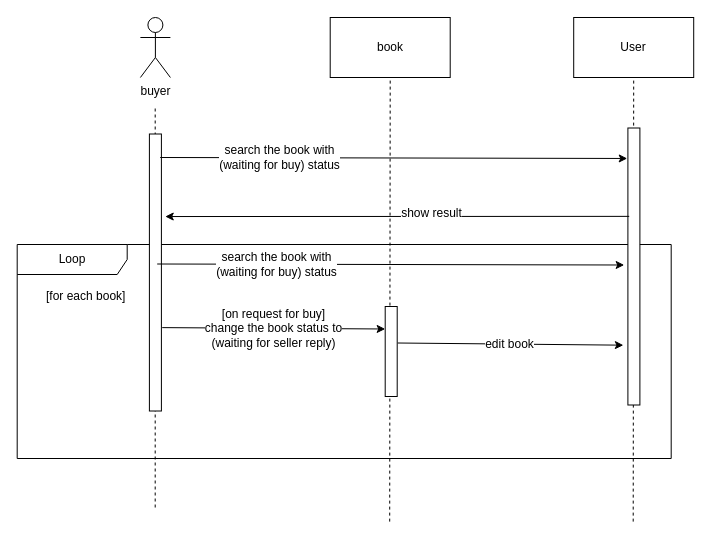
Before: Sequence Diagram/sequence-diagram-cancel-request-for-buy.drawio in m-bassiri/HamyarApp, a draw.io diagram. Source tidied: cells renumbered, new cells numbered last; positions are measured from the earlier drawing's top-left corner, leaving out a move shared by most shapes. Both pictures are drawn from the tidied source at 100%, with x=0, y=0 at pixel (16, 17).
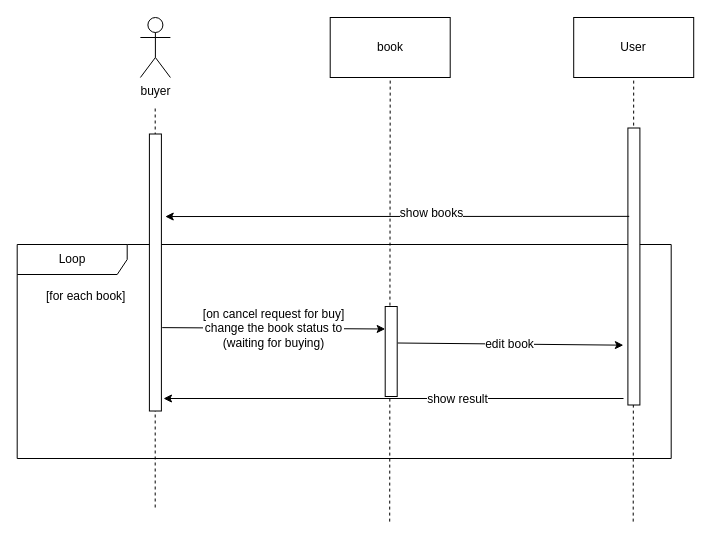
The same diagram, later.

Unchanged cells that the change refers to:
```xml
<mxCell id="11" style="rounded=0;whiteSpace=wrap;html=1;rotation=-90;" parent="1" vertex="1">
  <mxGeometry x="478.9" y="243" width="277" height="12" as="geometry" />
</mxCell>
<mxCell id="14" style="endArrow=classic;html=1;entryX=0.702;entryY=1.319;entryDx=0;entryDy=0;entryPerimeter=0;exitX=0.681;exitY=0.111;exitDx=0;exitDy=0;exitPerimeter=0;" parent="1" edge="1" source="11" target="7">
  <mxGeometry relative="1" as="geometry" />
</mxCell>
<mxCell id="19" style="endArrow=classic;html=1;entryX=0.75;entryY=0;entryDx=0;entryDy=0;exitX=0.301;exitY=1.069;exitDx=0;exitDy=0;exitPerimeter=0;" parent="1" edge="1" source="7" target="8">
  <mxGeometry relative="1" as="geometry" />
</mxCell>
```

The edit, as a diff of the source:
```diff
@@
-    <mxCell id="12" style="endArrow=classic;html=1;exitX=0.909;exitY=1.081;exitDx=0;exitDy=0;exitPerimeter=0;entryX=0.89;entryY=-0.056;entryDx=0;entryDy=0;entryPerimeter=0;" parent="1" edge="1" target="11">
-      <mxGeometry relative="1" as="geometry">
-        <mxPoint x="143.7" y="140" as="sourcePoint" />
-      </mxGeometry>
-    </mxCell>
-    <mxCell id="13" value="search the book with &lt;br&gt;(waiting for buy)&amp;nbsp;status" style="text;html=1;align=center;verticalAlign=middle;labelBackgroundColor=#ffffff;" parent="12" vertex="1">
-      <mxGeometry x="-0.12" y="5" relative="1" as="geometry">
-        <mxPoint x="-86" y="4.5" as="offset" />
-      </mxGeometry>
-    </mxCell>
@@
-    <mxCell id="15" value="show result" style="text;html=1;align=center;verticalAlign=middle;labelBackgroundColor=#ffffff;" parent="14" vertex="1">
+    <mxCell id="15" value="show books" style="text;html=1;align=center;verticalAlign=middle;labelBackgroundColor=#ffffff;" parent="14" vertex="1">
       <mxGeometry x="-0.12" y="5" relative="1" as="geometry">
         <mxPoint x="6" y="-8" as="offset" />
       </mxGeometry>
     </mxCell>
-    <mxCell id="16" style="endArrow=classic;html=1;exitX=0.909;exitY=1.081;exitDx=0;exitDy=0;exitPerimeter=0;entryX=0.89;entryY=-0.056;entryDx=0;entryDy=0;entryPerimeter=0;" parent="1" edge="1">
-      <mxGeometry relative="1" as="geometry">
-        <mxPoint x="140.7" y="246.5" as="sourcePoint" />
-        <mxPoint x="607.7" y="247.5" as="targetPoint" />
-      </mxGeometry>
-    </mxCell>
-    <mxCell id="17" value="search the book with &lt;br&gt;(waiting for buy)&amp;nbsp;status" style="text;html=1;align=center;verticalAlign=middle;labelBackgroundColor=#ffffff;" parent="16" vertex="1">
-      <mxGeometry x="-0.12" y="5" relative="1" as="geometry">
-        <mxPoint x="-86" y="4.5" as="offset" />
-      </mxGeometry>
-    </mxCell>
@@
-    <mxCell id="20" value="[on request for buy]&lt;br&gt;change the book status to&lt;br&gt;(waiting for seller reply)&lt;br&gt;" style="text;html=1;align=center;verticalAlign=middle;labelBackgroundColor=#ffffff;" parent="19" vertex="1">
+    <mxCell id="20" value="[on cancel request for buy]&lt;br&gt;change the book status to&lt;br&gt;(waiting for buying)&lt;br&gt;" style="text;html=1;align=center;verticalAlign=middle;labelBackgroundColor=#ffffff;" parent="19" vertex="1">
       <mxGeometry x="-0.12" y="5" relative="1" as="geometry">
         <mxPoint x="12.5" y="5" as="offset" />
       </mxGeometry>
     </mxCell>
@@
+    <mxCell id="23" style="endArrow=classic;html=1;" parent="1" edge="1">
+      <mxGeometry relative="1" as="geometry">
+        <mxPoint x="607" y="381" as="sourcePoint" />
+        <mxPoint x="147" y="381" as="targetPoint" />
+      </mxGeometry>
+    </mxCell>
+    <mxCell id="24" value="show result" style="text;html=1;align=center;verticalAlign=middle;labelBackgroundColor=#ffffff;" parent="23" vertex="1">
+      <mxGeometry x="-0.12" y="5" relative="1" as="geometry">
+        <mxPoint x="35" y="-5" as="offset" />
+      </mxGeometry>
+    </mxCell>
```
